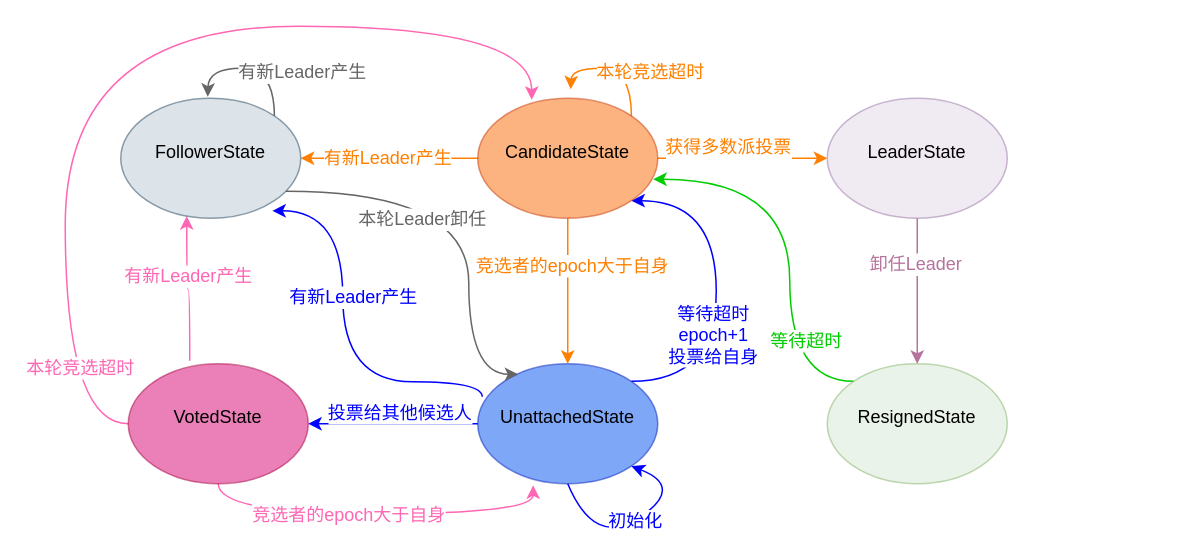
This is page "第 8 页" (8 of 9) of controller.drawio from jameslcj/myBlog, a draw.io file, before an edit. Source tidied: cells renumbered, new cells numbered last; positions are measured from the earlier drawing's top-left corner, leaving out a move shared by most shapes. Both pictures are drawn from the tidied source at 150%, with x=0, y=0 at pixel (64, 26).
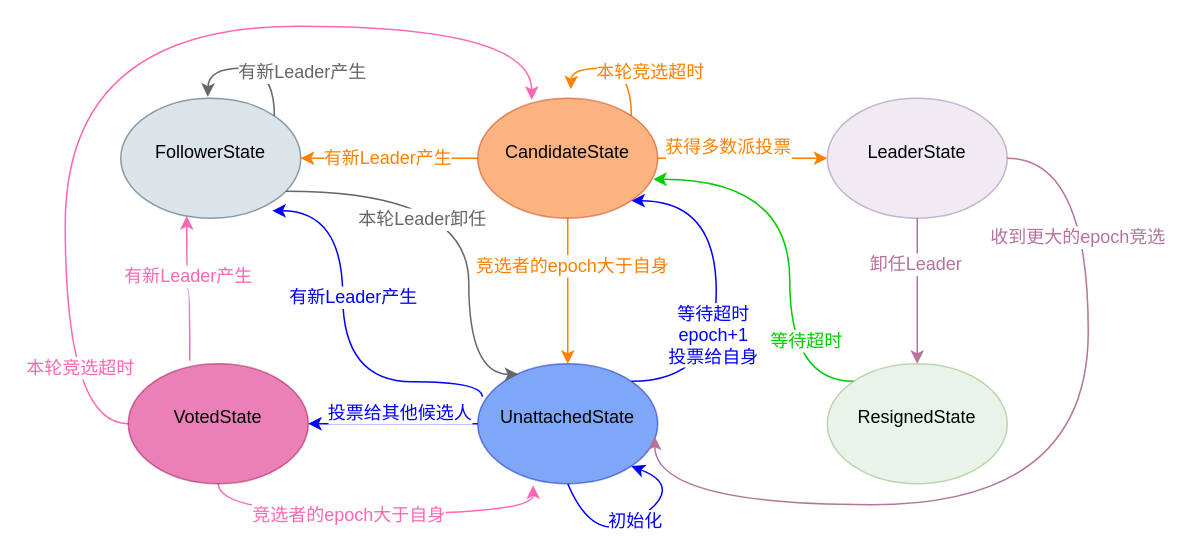
The same page after the edit.

Unchanged cells that the change refers to:
```xml
<mxCell id="8" value="&lt;div class=&quot;lake-content&quot;&gt;&lt;p style=&quot;margin: 0; padding: 0; min-height: 24px&quot; class=&quot;ne-p&quot; id=&quot;u1eea9392&quot;&gt;&lt;span class=&quot;ne-text&quot;&gt;&lt;font color=&quot;#000000&quot;&gt;UnattachedState&lt;/font&gt;&lt;/span&gt;&lt;/p&gt;&lt;/div&gt;" style="ellipse;whiteSpace=wrap;html=1;fontSize=12;opacity=50;fillColor=#0050ef;strokeColor=#001DBC;fontColor=#ffffff;" parent="1" vertex="1">
  <mxGeometry x="275" y="225" width="120" height="80" as="geometry" />
</mxCell>
<mxCell id="32" value="&lt;div class=&quot;lake-content&quot;&gt;&lt;p style=&quot;margin: 0; padding: 0; min-height: 24px&quot; class=&quot;ne-p&quot; id=&quot;u1eea9392&quot;&gt;&lt;font color=&quot;#000000&quot;&gt;LeaderState&lt;/font&gt;&lt;br&gt;&lt;/p&gt;&lt;/div&gt;" style="ellipse;whiteSpace=wrap;html=1;fontSize=12;opacity=50;fillColor=#e1d5e7;strokeColor=#9673a6;" parent="1" vertex="1">
  <mxGeometry x="508" y="48" width="120" height="80" as="geometry" />
</mxCell>
```

What changed in the source:
```diff
@@
+    <mxCell id="37" style="edgeStyle=orthogonalEdgeStyle;rounded=0;jettySize=auto;html=1;exitX=1;exitY=0.5;exitDx=0;exitDy=0;entryX=0.983;entryY=0.606;entryDx=0;entryDy=0;entryPerimeter=0;strokeColor=#B5739D;fontSize=12;fontColor=#FF0000;startArrow=none;startFill=0;endArrow=classic;endFill=1;curved=1;" parent="1" edge="1" source="32" target="8">
+      <mxGeometry relative="1" as="geometry">
+        <Array as="points">
+          <mxPoint x="682" y="88" />
+          <mxPoint x="682" y="319" />
+          <mxPoint x="393" y="319" />
+        </Array>
+      </mxGeometry>
+    </mxCell>
+    <mxCell id="38" value="&lt;font color=&quot;#b5739d&quot;&gt;收到更大的epoch竞选&lt;/font&gt;" style="edgeLabel;html=1;align=center;verticalAlign=middle;fontSize=12;fontColor=#FF0000;" parent="37" vertex="1">
+      <mxGeometry x="-0.66" y="-8" relative="1" as="geometry">
+        <mxPoint y="1" as="offset" />
+      </mxGeometry>
+    </mxCell>
```
